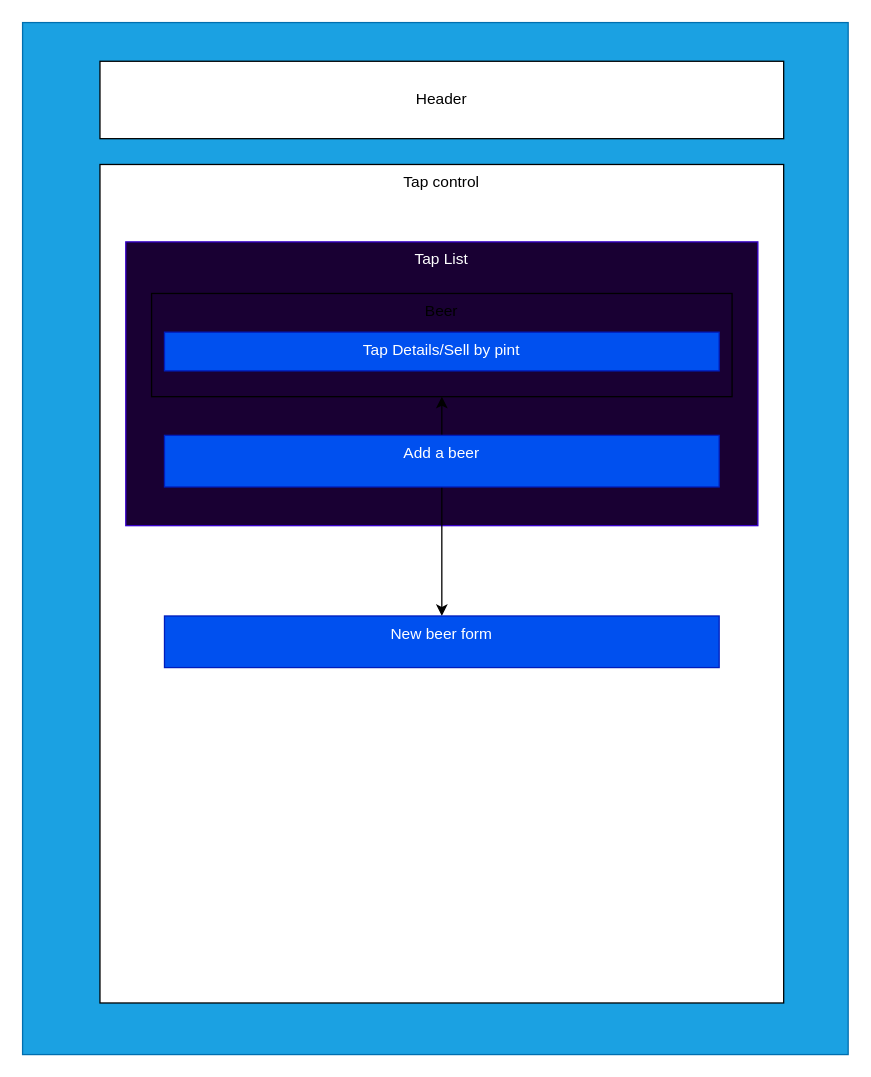
Above: plan.drawio in art-weinstein/tap-room (draw.io), before the change. Source tidied: cells renumbered, new cells numbered last; positions are measured from the earlier drawing's top-left corner, leaving out a move shared by most shapes. Both pictures are drawn from the tidied source at 129%, with x=0, y=0 at pixel (22, 22).
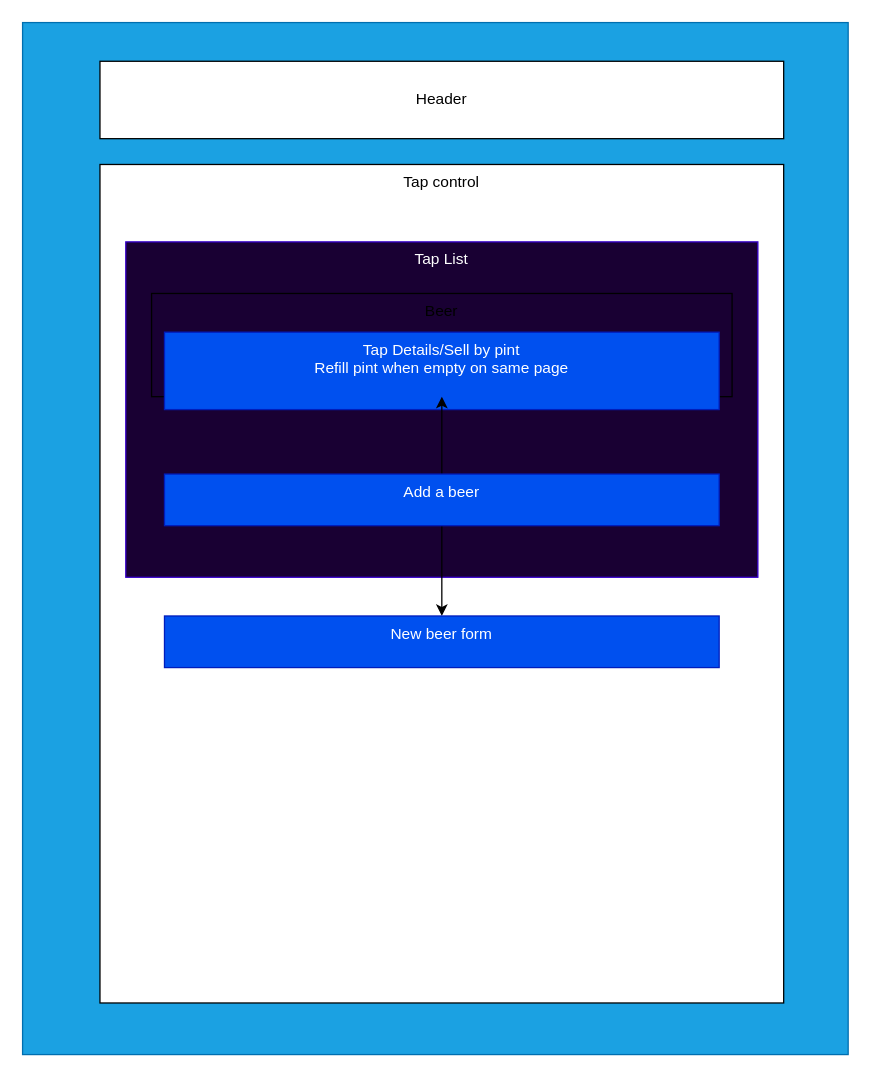
The same diagram, later.

What changed in the source:
```diff
@@
 <mxGraphModel>
   <root>
     <mxCell id="0" />
     <mxCell id="1" parent="0" />
     <mxCell id="2" style="rounded=0;whiteSpace=wrap;html=1;fillColor=#1ba1e2;strokeColor=#006EAF;fontColor=#ffffff;" parent="1" vertex="1">
       <mxGeometry width="640" height="800" as="geometry" />
     </mxCell>
     <mxCell id="3" value="Header&lt;br&gt;" style="rounded=0;whiteSpace=wrap;html=1;" parent="1" vertex="1">
       <mxGeometry x="60" y="30" width="530" height="60" as="geometry" />
     </mxCell>
     <mxCell id="4" value="Tap control" style="rounded=0;whiteSpace=wrap;html=1;verticalAlign=top;" parent="1" vertex="1">
       <mxGeometry x="60" y="110" width="530" height="650" as="geometry" />
     </mxCell>
     <mxCell id="5" value="Tap List&lt;br&gt;" style="rounded=0;whiteSpace=wrap;html=1;verticalAlign=top;strokeColor=#3700CC;fontColor=#ffffff;fillColor=#190033;" parent="1" vertex="1">
-      <mxGeometry x="80" y="170" width="490" height="220" as="geometry" />
+      <mxGeometry x="80" y="170" width="490" height="260" as="geometry" />
     </mxCell>
     <mxCell id="6" value="Beer" style="rounded=0;whiteSpace=wrap;html=1;fillColor=#190033;verticalAlign=top;" parent="1" vertex="1">
       <mxGeometry x="100" y="210" width="450" height="80" as="geometry" />
     </mxCell>
-    <mxCell id="7" value="Tap Details/Sell by pint" style="rounded=0;whiteSpace=wrap;html=1;fillColor=#0050ef;verticalAlign=top;strokeColor=#001DBC;fontColor=#ffffff;" parent="1" vertex="1">
-      <mxGeometry x="110" y="240" width="430" height="30" as="geometry" />
+    <mxCell id="7" value="Tap Details/Sell by pint&lt;br&gt;Refill pint when empty on same page" style="rounded=0;whiteSpace=wrap;html=1;fillColor=#0050ef;verticalAlign=top;strokeColor=#001DBC;fontColor=#ffffff;" parent="1" vertex="1">
+      <mxGeometry x="110" y="240" width="430" height="60" as="geometry" />
     </mxCell>
     <mxCell id="8" style="edgeStyle=none;html=1;" parent="1" edge="1" source="10" target="6">
       <mxGeometry relative="1" as="geometry" />
     </mxCell>
     <mxCell id="9" style="edgeStyle=none;html=1;exitX=0.5;exitY=1;exitDx=0;exitDy=0;" parent="1" edge="1" source="10" target="11">
       <mxGeometry relative="1" as="geometry" />
     </mxCell>
     <mxCell id="10" value="Add a beer&lt;br&gt;" style="rounded=0;whiteSpace=wrap;html=1;fillColor=#0050ef;verticalAlign=top;strokeColor=#001DBC;fontColor=#ffffff;" parent="1" vertex="1">
-      <mxGeometry x="110" y="320" width="430" height="40" as="geometry" />
+      <mxGeometry x="110" y="350" width="430" height="40" as="geometry" />
     </mxCell>
     <mxCell id="11" value="New beer form&lt;br&gt;" style="rounded=0;whiteSpace=wrap;html=1;fillColor=#0050ef;verticalAlign=top;strokeColor=#001DBC;fontColor=#ffffff;" parent="1" vertex="1">
       <mxGeometry x="110" y="460" width="430" height="40" as="geometry" />
     </mxCell>
   </root>
 </mxGraphModel>
```
